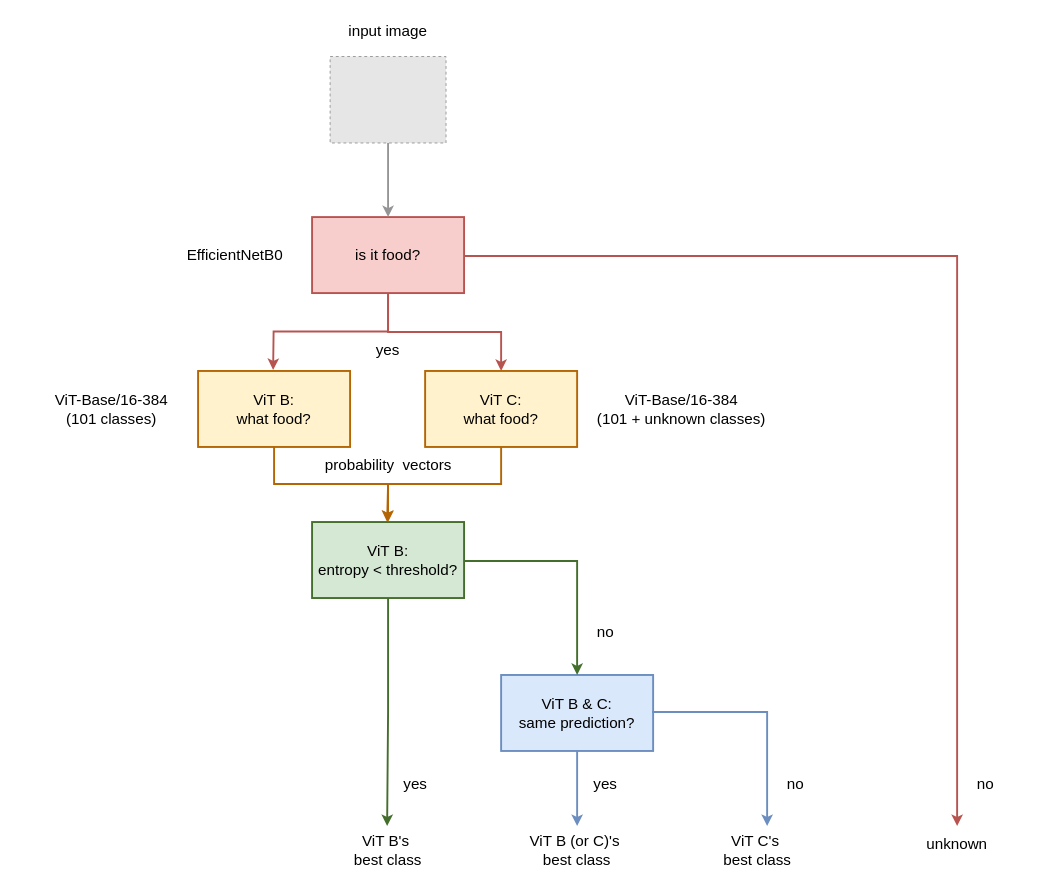
sergio-sanz-rodriguez/Vision-Transformers-Image-Classification keeps this draw.io diagram as images/model_pipeline_2.drawio. Above is the earlier version. Source tidied: cells renumbered, new cells numbered last; positions are measured from the earlier drawing's top-left corner, leaving out a move shared by most shapes. Both pictures are drawn from the tidied source at 95%, with x=0, y=0 at pixel (16, 16). Pictures stored in the file or linked from it are replaced by grey dashed boxes.
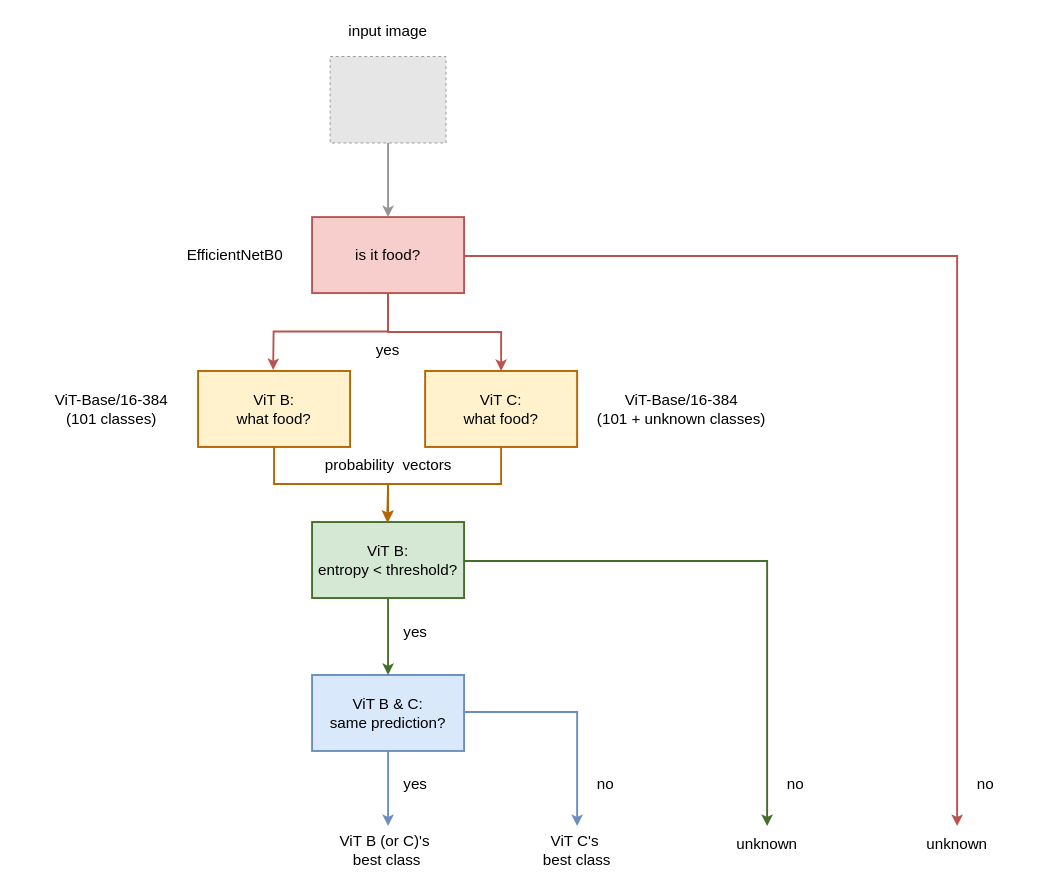
After the change.

Commit message (it also covers changes not shown here):
updated advanced model achitecture pipeline

The change refers to these unchanged cells:
```xml
<mxCell id="23" value="&lt;div&gt;&lt;font style=&quot;font-size: 16px;&quot;&gt;&lt;span style=&quot;background-color: transparent; color: light-dark(rgb(0, 0, 0), rgb(255, 255, 255));&quot;&gt;ViT&lt;/span&gt;&amp;nbsp;B:&lt;/font&gt;&lt;/div&gt;&lt;font style=&quot;font-size: 16px;&quot;&gt;entropy &amp;lt; threshold?&lt;/font&gt;" style="rounded=0;whiteSpace=wrap;html=1;fillColor=#d5e8d4;strokeColor=light-dark(#446E2C,#446E2C);strokeWidth=2;gradientColor=none;" parent="1" vertex="1">
  <mxGeometry x="311" y="532" width="160" height="80" as="geometry" />
</mxCell>
```

Diff of the diagram source:
```diff
@@
     <mxCell id="3" style="edgeStyle=orthogonalEdgeStyle;rounded=0;jettySize=auto;html=1;exitX=0.5;exitY=1;exitDx=0;exitDy=0;fillColor=#dae8fc;strokeColor=#6c8ebf;strokeWidth=2;gradientColor=#7ea6e0;" parent="1" edge="1" source="10">
       <mxGeometry relative="1" as="geometry">
-        <mxPoint x="590" y="852" as="targetPoint" />
+        <mxPoint x="391" y="852" as="targetPoint" />
         <Array as="points">
-          <mxPoint x="590" y="832" />
-          <mxPoint x="590" y="832" />
+          <mxPoint x="391" y="852" />
         </Array>
       </mxGeometry>
     </mxCell>
@@
     <mxCell id="10" value="&lt;div&gt;&lt;span style=&quot;font-size: 16px; background-color: transparent; color: light-dark(rgb(0, 0, 0), rgb(255, 255, 255));&quot;&gt;ViT B &amp;amp; C:&lt;/span&gt;&lt;/div&gt;&lt;div&gt;&lt;span style=&quot;font-size: 16px; background-color: transparent; color: light-dark(rgb(0, 0, 0), rgb(255, 255, 255));&quot;&gt;same prediction?&lt;/span&gt;&lt;/div&gt;" style="rounded=0;whiteSpace=wrap;html=1;fillColor=#dae8fc;strokeColor=#6c8ebf;strokeWidth=2;gradientColor=none;" parent="1" vertex="1">
-      <mxGeometry x="510" y="693" width="160" height="80" as="geometry" />
+      <mxGeometry x="311" y="693" width="160" height="80" as="geometry" />
     </mxCell>
@@
-    <mxCell id="15" style="endArrow=classic;html=1;rounded=0;fillColor=#f8cecc;strokeColor=light-dark(#446E2C,#446E2C);strokeWidth=2;exitX=1;exitY=0.5;exitDx=0;exitDy=0;edgeStyle=orthogonalEdgeStyle;entryX=0.5;entryY=0;entryDx=0;entryDy=0;" parent="1" edge="1" source="23" target="10">
+    <mxCell id="15" style="endArrow=classic;html=1;rounded=0;fillColor=#f8cecc;strokeColor=light-dark(#446E2C,#446E2C);strokeWidth=2;exitX=1;exitY=0.5;exitDx=0;exitDy=0;edgeStyle=orthogonalEdgeStyle;" parent="1" edge="1" source="23">
       <mxGeometry relative="1" as="geometry">
+        <mxPoint x="790" y="852" as="targetPoint" />
         <Array as="points">
           <mxPoint x="471" y="573" />
-          <mxPoint x="590" y="573" />
+          <mxPoint x="790" y="573" />
+          <mxPoint x="790" y="693" />
         </Array>
       </mxGeometry>
     </mxCell>
@@
-    <mxCell id="25" style="edgeStyle=orthogonalEdgeStyle;rounded=0;jettySize=auto;html=1;exitX=0.5;exitY=1;exitDx=0;exitDy=0;fillColor=#f5f5f5;strokeColor=light-dark(#446E2C,#446E2C);strokeWidth=2;" parent="1" edge="1" source="23">
-      <mxGeometry relative="1" as="geometry">
-        <mxPoint x="390" y="852" as="targetPoint" />
-      </mxGeometry>
+    <mxCell id="25" style="edgeStyle=orthogonalEdgeStyle;rounded=0;jettySize=auto;html=1;exitX=0.5;exitY=1;exitDx=0;exitDy=0;fillColor=#f5f5f5;strokeColor=light-dark(#446E2C,#446E2C);strokeWidth=2;entryX=0.5;entryY=0;entryDx=0;entryDy=0;" parent="1" edge="1" source="23" target="10">
+      <mxGeometry relative="1" as="geometry" />
     </mxCell>
     <mxCell id="26" style="endArrow=classic;html=1;rounded=0;fillColor=#dae8fc;strokeColor=#6c8ebf;strokeWidth=2;exitX=1;exitY=0.5;exitDx=0;exitDy=0;edgeStyle=orthogonalEdgeStyle;gradientColor=#7ea6e0;" parent="1" edge="1" source="10">
       <mxGeometry relative="1" as="geometry">
-        <mxPoint x="790" y="852" as="targetPoint" />
+        <mxPoint x="590" y="852" as="targetPoint" />
         <Array as="points">
-          <mxPoint x="710" y="732" />
-          <mxPoint x="790" y="732" />
-          <mxPoint x="790" y="853" />
+          <mxPoint x="471" y="732" />
+          <mxPoint x="590" y="732" />
+          <mxPoint x="590" y="852" />
         </Array>
       </mxGeometry>
     </mxCell>
     <mxCell id="27" value="&lt;span style=&quot;font-size: 16px;&quot;&gt;ViT B (or C)'s&amp;nbsp;&lt;/span&gt;&lt;div&gt;&lt;span style=&quot;font-size: 16px;&quot;&gt;best class&lt;/span&gt;&lt;/div&gt;" style="text;html=1;align=center;verticalAlign=middle;whiteSpace=wrap;rounded=0;" parent="1" vertex="1">
-      <mxGeometry x="530" y="862" width="120" height="30" as="geometry" />
+      <mxGeometry x="330" y="862" width="120" height="30" as="geometry" />
     </mxCell>
-    <mxCell id="28" value="&lt;span style=&quot;font-size: 16px;&quot;&gt;ViT B's&amp;nbsp;&lt;/span&gt;&lt;div&gt;&lt;span style=&quot;font-size: 16px;&quot;&gt;best class&lt;/span&gt;&lt;/div&gt;" style="text;html=1;align=center;verticalAlign=middle;whiteSpace=wrap;rounded=0;" parent="1" vertex="1">
-      <mxGeometry x="331" y="862" width="120" height="30" as="geometry" />
+    <mxCell id="28" value="&lt;span style=&quot;font-size: 16px;&quot;&gt;unknown&lt;/span&gt;" style="text;html=1;align=center;verticalAlign=middle;whiteSpace=wrap;rounded=0;" parent="1" vertex="1">
+      <mxGeometry x="730" y="856" width="120" height="30" as="geometry" />
     </mxCell>
     <mxCell id="29" value="&lt;span style=&quot;font-size: 16px;&quot;&gt;ViT C's&amp;nbsp;&lt;/span&gt;&lt;div&gt;&lt;span style=&quot;font-size: 16px;&quot;&gt;best class&lt;/span&gt;&lt;/div&gt;" style="text;html=1;align=center;verticalAlign=middle;whiteSpace=wrap;rounded=0;" parent="1" vertex="1">
-      <mxGeometry x="720" y="862" width="120" height="30" as="geometry" />
+      <mxGeometry x="530" y="862" width="120" height="30" as="geometry" />
     </mxCell>
@@
-    <mxCell id="31" value="&lt;font style=&quot;font-size: 16px;&quot;&gt;yes&lt;/font&gt;" style="text;html=1;align=center;verticalAlign=middle;whiteSpace=wrap;rounded=0;" parent="1" vertex="1">
+    <mxCell id="31" value="&lt;font style=&quot;font-size: 16px;&quot;&gt;no&lt;/font&gt;" style="text;html=1;align=center;verticalAlign=middle;whiteSpace=wrap;rounded=0;" parent="1" vertex="1">
       <mxGeometry x="560" y="792" width="120" height="30" as="geometry" />
     </mxCell>
-    <mxCell id="32" value="&lt;font style=&quot;font-size: 16px;&quot;&gt;no&lt;/font&gt;" style="text;html=1;align=center;verticalAlign=middle;whiteSpace=wrap;rounded=0;" parent="1" vertex="1">
-      <mxGeometry x="560" y="632" width="120" height="30" as="geometry" />
+    <mxCell id="32" value="&lt;font style=&quot;font-size: 16px;&quot;&gt;yes&lt;/font&gt;" style="text;html=1;align=center;verticalAlign=middle;whiteSpace=wrap;rounded=0;" parent="1" vertex="1">
+      <mxGeometry x="360" y="632" width="120" height="30" as="geometry" />
     </mxCell>
```
